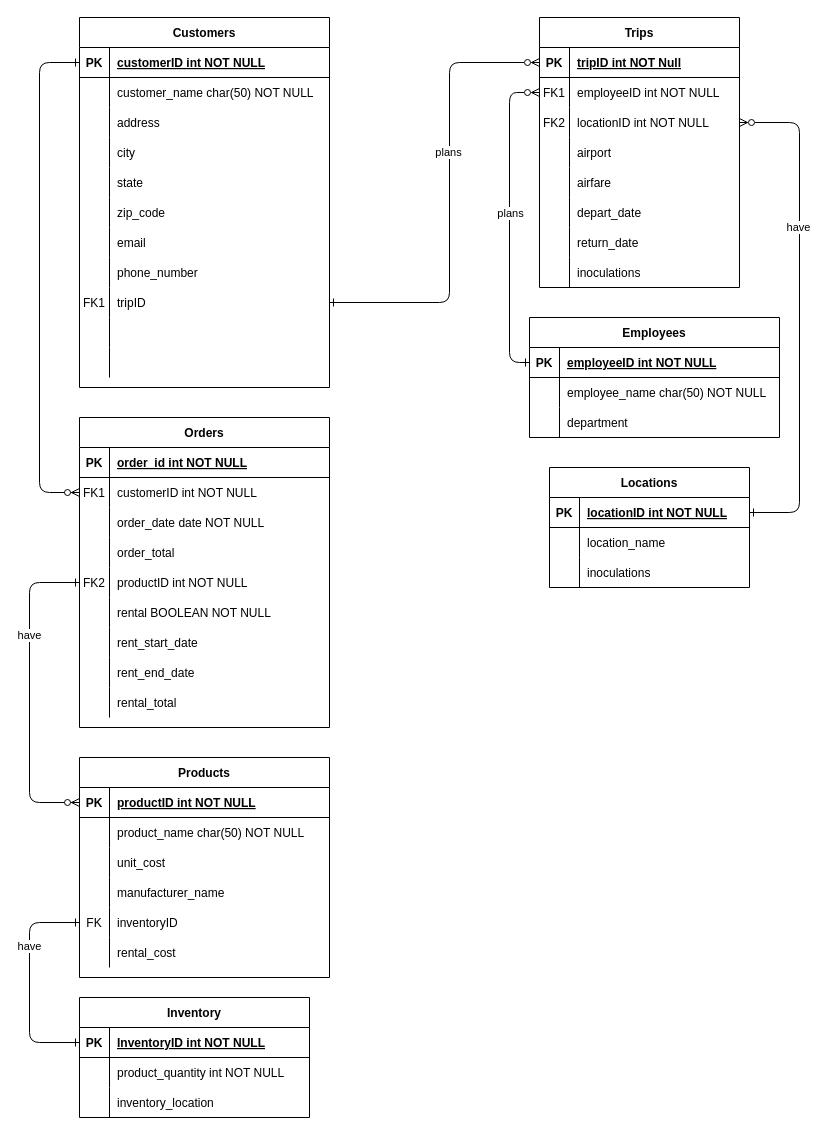
This is module_9/OutlandAdventuresERD.drawio from brykellas/csd-310, a draw.io file, before an edit. Source tidied: cells renumbered, new cells numbered last; positions are measured from the earlier drawing's top-left corner, leaving out a move shared by most shapes. Both pictures are drawn from the tidied source at 100%, with x=0, y=0 at pixel (29, 17).
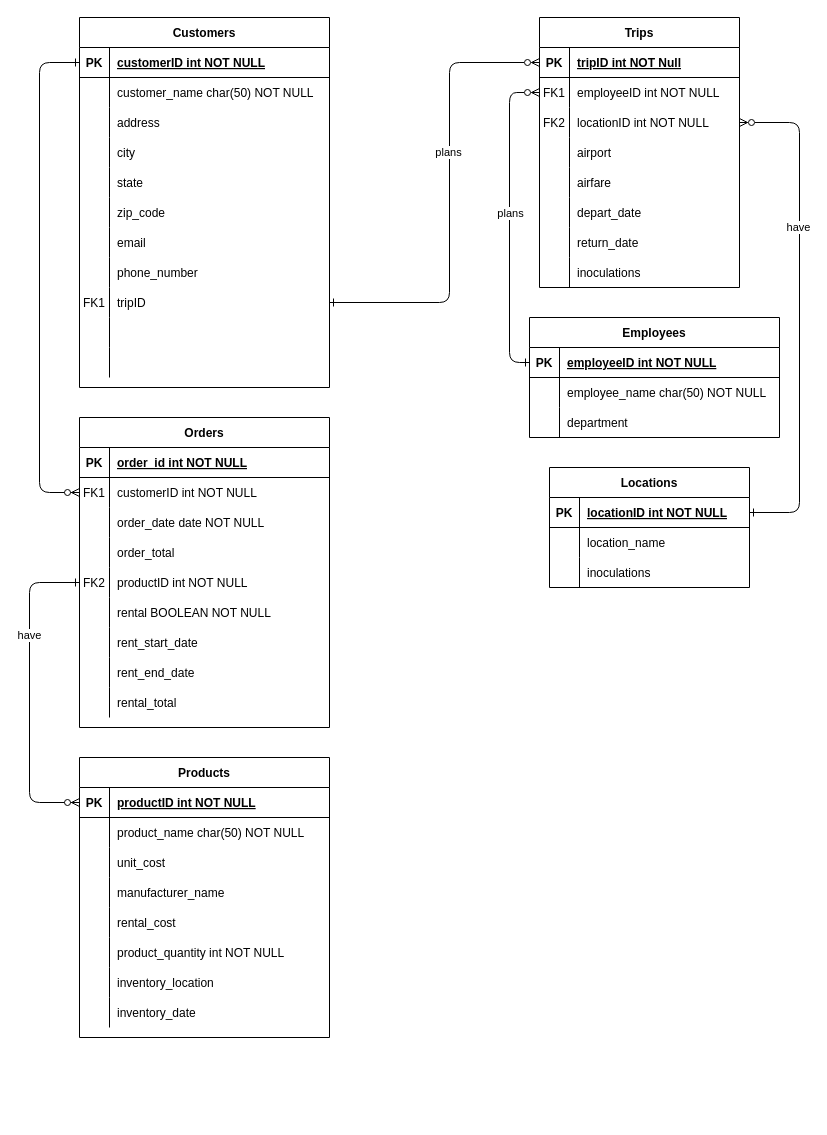
After the change.

Unchanged cells that the change refers to:
```xml
<mxCell id="45" style="shape=partialRectangle;fillColor=none;points=[[0,0.5],[1,0.5]];portConstraint=eastwest;top=0;left=0;right=0;bottom=0;" parent="32" vertex="1">
  <mxGeometry y="150" width="250" height="30" as="geometry" />
</mxCell>
<mxCell id="48" style="shape=partialRectangle;fillColor=none;top=0;left=0;right=0;bottom=0;" parent="32" vertex="1">
  <mxGeometry y="180" width="250" height="30" as="geometry" />
</mxCell>
```

Diff of the diagram source:
```diff
@@
     <mxCell id="32" value="Products" style="shape=table;startSize=30;childLayout=tableLayout;rowLines=0;fontStyle=1;align=center;" parent="1" vertex="1">
-      <mxGeometry x="50" y="740" width="250" height="220" as="geometry" />
+      <mxGeometry x="50" y="740" width="250" height="280" as="geometry" />
     </mxCell>
@@
-    <mxCell id="46" value="FK" style="shape=partialRectangle;overflow=hidden;fillColor=none;top=0;left=0;bottom=0;right=0;" parent="45" vertex="1">
+    <mxCell id="46" style="shape=partialRectangle;overflow=hidden;fillColor=none;top=0;left=0;bottom=0;right=0;" parent="45" vertex="1">
       <mxGeometry width="30" height="30" as="geometry" />
     </mxCell>
-    <mxCell id="47" value="inventoryID" style="shape=partialRectangle;overflow=hidden;fillColor=none;top=0;left=0;bottom=0;right=0;align=left;spacingLeft=6;" parent="45" vertex="1">
+    <mxCell id="47" value="rental_cost" style="shape=partialRectangle;overflow=hidden;fillColor=none;top=0;left=0;bottom=0;right=0;align=left;spacingLeft=6;" parent="45" vertex="1">
       <mxGeometry x="30" width="220" height="30" as="geometry" />
     </mxCell>
@@
-    <mxCell id="50" value="rental_cost" style="shape=partialRectangle;overflow=hidden;fillColor=none;top=0;left=0;bottom=0;right=0;align=left;spacingLeft=6;" parent="48" vertex="1">
+    <mxCell id="50" value="product_quantity int NOT NULL" style="shape=partialRectangle;overflow=hidden;fillColor=none;top=0;left=0;bottom=0;right=0;align=left;spacingLeft=6;" parent="48" vertex="1">
       <mxGeometry x="30" width="220" height="30" as="geometry" />
     </mxCell>
+    <mxCell id="149" style="shape=partialRectangle;fillColor=none;top=0;left=0;right=0;bottom=0;" parent="32" vertex="1">
+      <mxGeometry y="210" width="250" height="30" as="geometry" />
+    </mxCell>
+    <mxCell id="150" style="shape=partialRectangle;overflow=hidden;fillColor=none;top=0;left=0;bottom=0;right=0;" parent="149" vertex="1">
+      <mxGeometry width="30" height="30" as="geometry" />
+    </mxCell>
+    <mxCell id="136" value="inventory_location" style="shape=partialRectangle;overflow=hidden;fillColor=none;top=0;left=0;bottom=0;right=0;align=left;spacingLeft=6;" parent="149" vertex="1">
+      <mxGeometry x="30" width="220" height="30" as="geometry" />
+    </mxCell>
+    <mxCell id="151" style="shape=partialRectangle;fillColor=none;top=0;left=0;right=0;bottom=0;" parent="32" vertex="1">
+      <mxGeometry y="240" width="250" height="30" as="geometry" />
+    </mxCell>
+    <mxCell id="152" style="shape=partialRectangle;overflow=hidden;fillColor=none;top=0;left=0;bottom=0;right=0;" parent="151" vertex="1">
+      <mxGeometry width="30" height="30" as="geometry" />
+    </mxCell>
+    <mxCell id="153" value="inventory_date " style="shape=partialRectangle;overflow=hidden;fillColor=none;top=0;left=0;bottom=0;right=0;align=left;spacingLeft=6;" parent="151" vertex="1">
+      <mxGeometry x="30" width="220" height="30" as="geometry" />
+    </mxCell>
@@
-    <mxCell id="125" style="edgeStyle=elbowEdgeStyle;rounded=1;jettySize=auto;html=1;exitX=0;exitY=0.5;exitDx=0;exitDy=0;startArrow=ERone;startFill=0;endArrow=ERone;endFill=0;entryX=0;entryY=0.5;entryDx=0;entryDy=0;" parent="1" edge="1" source="45" target="128">
-      <mxGeometry relative="1" as="geometry">
-        <Array as="points">
-          <mxPoint y="940" />
-        </Array>
-      </mxGeometry>
-    </mxCell>
-    <mxCell id="126" value="have" style="edgeLabel;html=1;align=center;verticalAlign=middle;" parent="125" vertex="1">
-      <mxGeometry x="-0.4" y="2" relative="1" as="geometry">
-        <mxPoint x="-3" y="7" as="offset" />
-      </mxGeometry>
-    </mxCell>
-    <mxCell id="127" value="Inventory" style="shape=table;startSize=30;childLayout=tableLayout;rowLines=0;fontStyle=1;align=center;" parent="1" vertex="1">
-      <mxGeometry x="50" y="980" width="230" height="120" as="geometry" />
-    </mxCell>
-    <mxCell id="128" style="shape=tableRow;horizontal=0;startSize=0;swimlaneHead=0;swimlaneBody=0;fillColor=none;points=[[0,0.5],[1,0.5]];portConstraint=eastwest;top=0;left=0;right=0;bottom=1;" parent="127" vertex="1">
-      <mxGeometry y="30" width="230" height="30" as="geometry" />
-    </mxCell>
-    <mxCell id="129" value="PK" style="shape=partialRectangle;fillColor=none;top=0;left=0;bottom=0;right=0;fontStyle=1;overflow=hidden;" parent="128" vertex="1">
-      <mxGeometry width="30" height="30" as="geometry" />
-    </mxCell>
-    <mxCell id="130" value="InventoryID int NOT NULL" style="shape=partialRectangle;fillColor=none;top=0;left=0;bottom=0;right=0;align=left;spacingLeft=6;fontStyle=5;overflow=hidden;" parent="128" vertex="1">
-      <mxGeometry x="30" width="200" height="30" as="geometry" />
-    </mxCell>
-    <mxCell id="131" style="shape=tableRow;horizontal=0;startSize=0;swimlaneHead=0;swimlaneBody=0;fillColor=none;top=0;left=0;right=0;bottom=0;" parent="127" vertex="1">
-      <mxGeometry y="60" width="230" height="30" as="geometry" />
-    </mxCell>
-    <mxCell id="132" style="shape=partialRectangle;fillColor=none;top=0;left=0;bottom=0;right=0;overflow=hidden;" parent="131" vertex="1">
-      <mxGeometry width="30" height="30" as="geometry" />
-    </mxCell>
-    <mxCell id="133" value="product_quantity int NOT NULL" style="shape=partialRectangle;fillColor=none;top=0;left=0;bottom=0;right=0;align=left;spacingLeft=6;overflow=hidden;" parent="131" vertex="1">
-      <mxGeometry x="30" width="200" height="30" as="geometry" />
-    </mxCell>
-    <mxCell id="134" style="shape=tableRow;horizontal=0;startSize=0;swimlaneHead=0;swimlaneBody=0;fillColor=none;top=0;left=0;right=0;bottom=0;" parent="127" vertex="1">
-      <mxGeometry y="90" width="230" height="30" as="geometry" />
-    </mxCell>
-    <mxCell id="135" style="shape=partialRectangle;fillColor=none;top=0;left=0;bottom=0;right=0;overflow=hidden;" parent="134" vertex="1">
-      <mxGeometry width="30" height="30" as="geometry" />
-    </mxCell>
-    <mxCell id="136" value="inventory_location" style="shape=partialRectangle;fillColor=none;top=0;left=0;bottom=0;right=0;align=left;spacingLeft=6;overflow=hidden;" parent="134" vertex="1">
-      <mxGeometry x="30" width="200" height="30" as="geometry" />
-    </mxCell>
```
